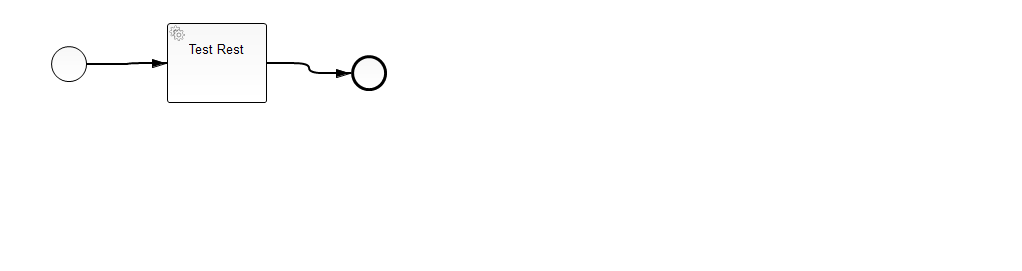
The BPMN diagram rest-test/src/main/resources/rest.png in BenMatheja/wfm-iss, before a commit. Its source is kept beside it as rest-test/src/main/resources/rest.bpmn. Ids are renumbered. The source it was exported from:
```xml
<bpmn2:definitions xmlns:xsi="http://www.w3.org/2001/XMLSchema-instance" xmlns:bpmn2="http://www.omg.org/spec/BPMN/20100524/MODEL" xmlns:bpmndi="http://www.omg.org/spec/BPMN/20100524/DI" xmlns:camunda="http://activiti.org/bpmn" xmlns:dc="http://www.omg.org/spec/DD/20100524/DC" xmlns:di="http://www.omg.org/spec/DD/20100524/DI" xsi:schemaLocation="http://www.omg.org/spec/BPMN/20100524/MODEL BPMN20.xsd" id="_rsC44BqlEeWOSc6Q72M6rQ" exporter="camunda modeler" exporterVersion="2.7.0" targetNamespace="http://activiti.org/bpmn">
  <bpmn2:process id="Process_1" name="Test REST" isExecutable="true">
    <bpmn2:startEvent id="StartEvent_1">
      <bpmn2:outgoing>SequenceFlow_1</bpmn2:outgoing>
    </bpmn2:startEvent>
    <bpmn2:serviceTask id="ServiceTask_1" camunda:expression="$(true)" name="Test Rest">
      <bpmn2:incoming>SequenceFlow_1</bpmn2:incoming>
      <bpmn2:outgoing>SequenceFlow_2</bpmn2:outgoing>
    </bpmn2:serviceTask>
    <bpmn2:endEvent id="EndEvent_1">
      <bpmn2:incoming>SequenceFlow_2</bpmn2:incoming>
    </bpmn2:endEvent>
    <bpmn2:sequenceFlow id="SequenceFlow_1" name="" sourceRef="StartEvent_1" targetRef="ServiceTask_1"/>
    <bpmn2:sequenceFlow id="SequenceFlow_2" name="" sourceRef="ServiceTask_1" targetRef="EndEvent_1"/>
  </bpmn2:process>
  <bpmndi:BPMNDiagram id="BPMNDiagram_1">
    <bpmndi:BPMNPlane id="BPMNPlane_1" bpmnElement="Process_1">
      <bpmndi:BPMNShape id="_BPMNShape_StartEvent_2" bpmnElement="StartEvent_1">
        <dc:Bounds height="36.0" width="36.0" x="51.0" y="46.0"/>
      </bpmndi:BPMNShape>
      <bpmndi:BPMNShape id="_BPMNShape_ServiceTask_2" bpmnElement="ServiceTask_1">
        <dc:Bounds height="80.0" width="100.0" x="167.0" y="23.0"/>
      </bpmndi:BPMNShape>
      <bpmndi:BPMNShape id="_BPMNShape_EndEvent_2" bpmnElement="EndEvent_1">
        <dc:Bounds height="36.0" width="36.0" x="351.0" y="55.0"/>
      </bpmndi:BPMNShape>
      <bpmndi:BPMNEdge id="BPMNEdge_SequenceFlow_1" bpmnElement="SequenceFlow_1" sourceElement="_BPMNShape_StartEvent_2" targetElement="_BPMNShape_ServiceTask_2">
        <di:waypoint xsi:type="dc:Point" x="87.0" y="64.0"/>
        <di:waypoint xsi:type="dc:Point" x="127.0" y="64.0"/>
        <di:waypoint xsi:type="dc:Point" x="127.0" y="63.0"/>
        <di:waypoint xsi:type="dc:Point" x="167.0" y="63.0"/>
      </bpmndi:BPMNEdge>
      <bpmndi:BPMNEdge id="BPMNEdge_SequenceFlow_2" bpmnElement="SequenceFlow_2" sourceElement="_BPMNShape_ServiceTask_2" targetElement="_BPMNShape_EndEvent_2">
        <di:waypoint xsi:type="dc:Point" x="267.0" y="63.0"/>
        <di:waypoint xsi:type="dc:Point" x="309.0" y="63.0"/>
        <di:waypoint xsi:type="dc:Point" x="309.0" y="73.0"/>
        <di:waypoint xsi:type="dc:Point" x="351.0" y="73.0"/>
      </bpmndi:BPMNEdge>
    </bpmndi:BPMNPlane>
  </bpmndi:BPMNDiagram>
</bpmn2:definitions>
```
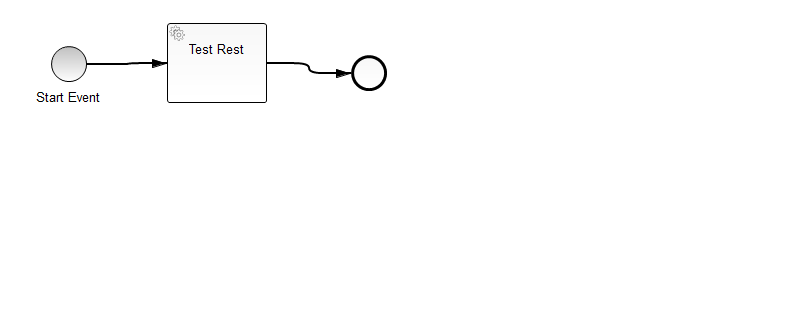
Above is the later version.

Commit message:
Rest-Test some more tries

What changed in the source:
```diff
@@ -1,6 +1,6 @@
 <bpmn2:definitions xmlns:xsi="http://www.w3.org/2001/XMLSchema-instance" xmlns:bpmn2="http://www.omg.org/spec/BPMN/20100524/MODEL" xmlns:bpmndi="http://www.omg.org/spec/BPMN/20100524/DI" xmlns:camunda="http://activiti.org/bpmn" xmlns:dc="http://www.omg.org/spec/DD/20100524/DC" xmlns:di="http://www.omg.org/spec/DD/20100524/DI" xsi:schemaLocation="http://www.omg.org/spec/BPMN/20100524/MODEL BPMN20.xsd" id="_rsC44BqlEeWOSc6Q72M6rQ" exporter="camunda modeler" exporterVersion="2.7.0" targetNamespace="http://activiti.org/bpmn">
   <bpmn2:process id="Process_1" name="Test REST" isExecutable="true">
-    <bpmn2:startEvent id="StartEvent_1">
+    <bpmn2:startEvent id="StartEvent_1" camunda:formKey="$(true)" name="Start Event">
       <bpmn2:outgoing>SequenceFlow_1</bpmn2:outgoing>
     </bpmn2:startEvent>
     <bpmn2:serviceTask id="ServiceTask_1" camunda:expression="$(true)" name="Test Rest">
```
